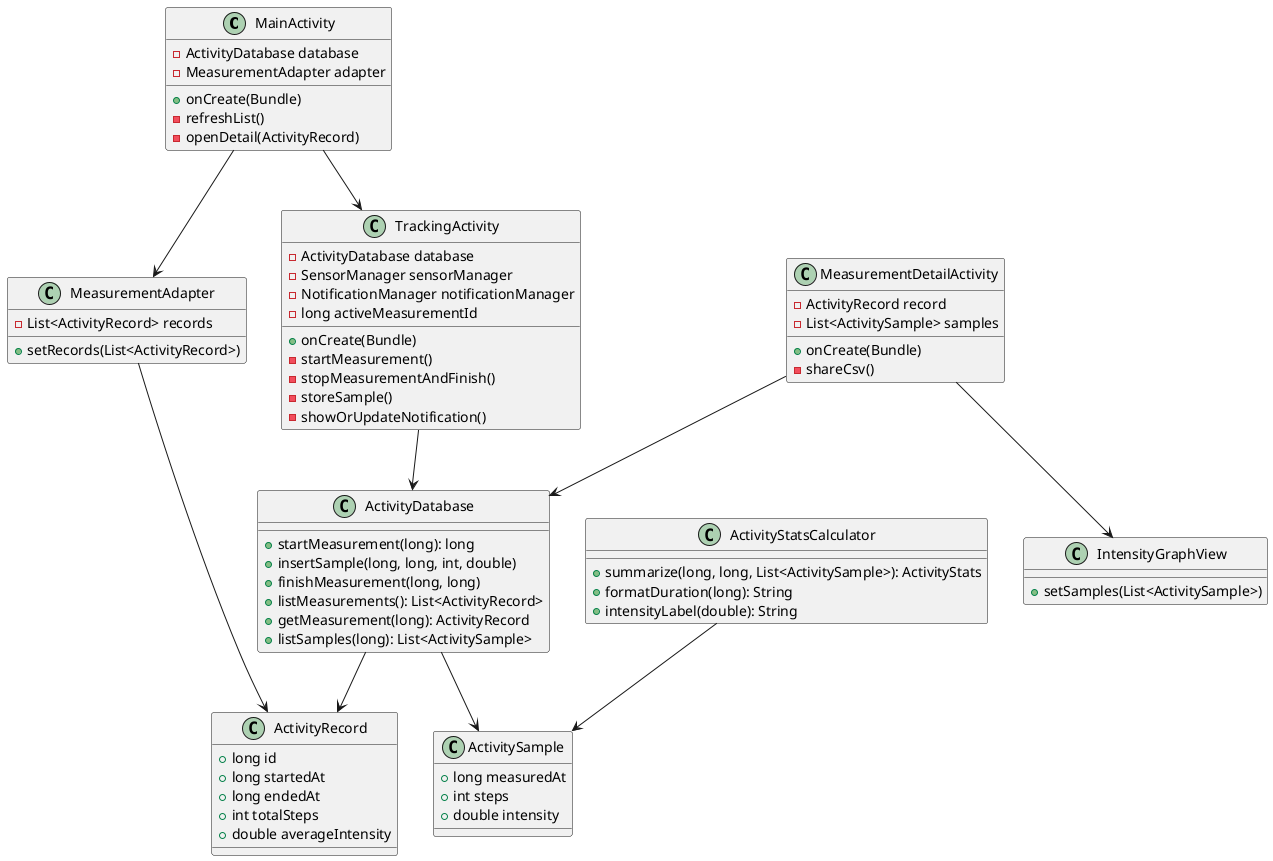
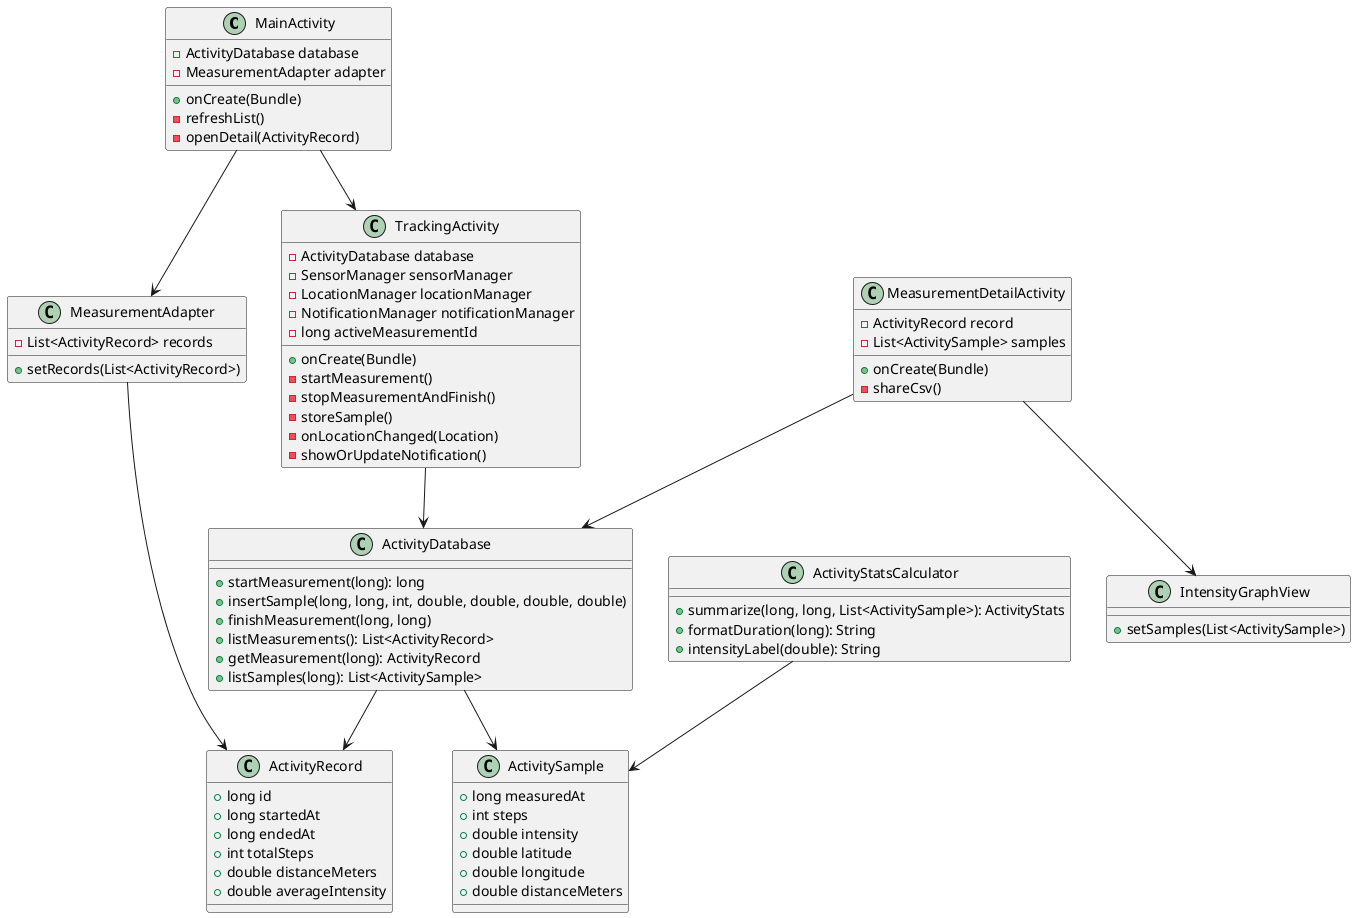
@startuml
class MainActivity {
  - ActivityDatabase database
  - MeasurementAdapter adapter
  + onCreate(Bundle)
  - refreshList()
  - openDetail(ActivityRecord)
}

class TrackingActivity {
  - ActivityDatabase database
  - SensorManager sensorManager
+   - LocationManager locationManager
  - NotificationManager notificationManager
  - long activeMeasurementId
  + onCreate(Bundle)
  - startMeasurement()
  - stopMeasurementAndFinish()
  - storeSample()
+   - onLocationChanged(Location)
  - showOrUpdateNotification()
}

class MeasurementDetailActivity {
  - ActivityRecord record
  - List<ActivitySample> samples
  + onCreate(Bundle)
  - shareCsv()
}

class MeasurementAdapter {
  - List<ActivityRecord> records
  + setRecords(List<ActivityRecord>)
}

class ActivityDatabase {
  + startMeasurement(long): long
-   + insertSample(long, long, int, double)
+   + insertSample(long, long, int, double, double, double, double)
  + finishMeasurement(long, long)
  + listMeasurements(): List<ActivityRecord>
  + getMeasurement(long): ActivityRecord
  + listSamples(long): List<ActivitySample>
}

class ActivityRecord {
  + long id
  + long startedAt
  + long endedAt
  + int totalSteps
+   + double distanceMeters
  + double averageIntensity
}

class ActivitySample {
  + long measuredAt
  + int steps
  + double intensity
+   + double latitude
+   + double longitude
+   + double distanceMeters
}

class ActivityStatsCalculator {
  + summarize(long, long, List<ActivitySample>): ActivityStats
  + formatDuration(long): String
  + intensityLabel(double): String
}

class IntensityGraphView {
  + setSamples(List<ActivitySample>)
}

MainActivity --> MeasurementAdapter
MainActivity --> TrackingActivity
MeasurementAdapter --> ActivityRecord
TrackingActivity --> ActivityDatabase
MeasurementDetailActivity --> ActivityDatabase
MeasurementDetailActivity --> IntensityGraphView
ActivityDatabase --> ActivityRecord
ActivityDatabase --> ActivitySample
ActivityStatsCalculator --> ActivitySample
@enduml
